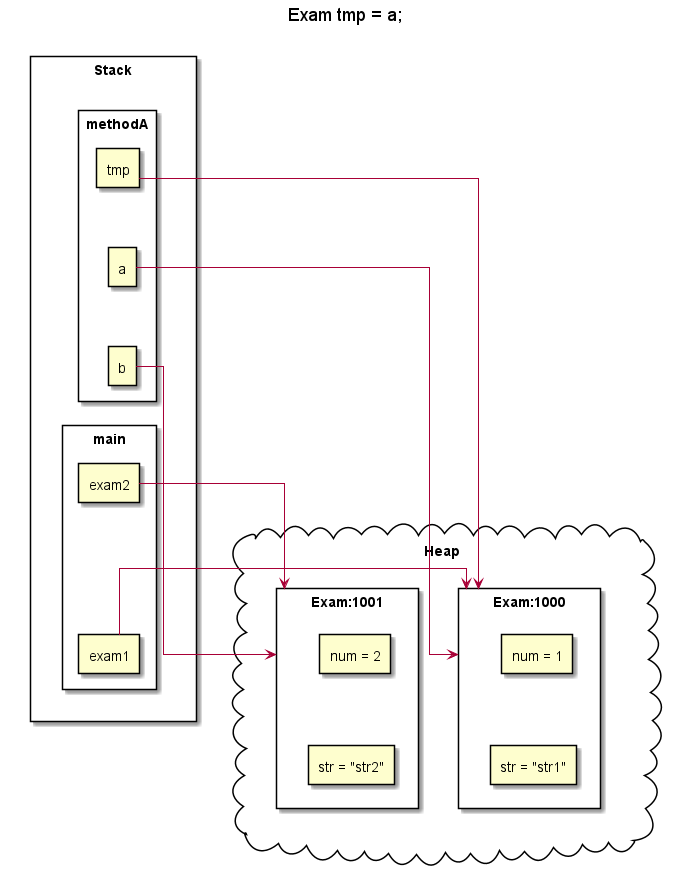
This is img/java/concept_memorymanagement_33.png from windowforsun/blog, a PlantUML export, as it was before one commit.
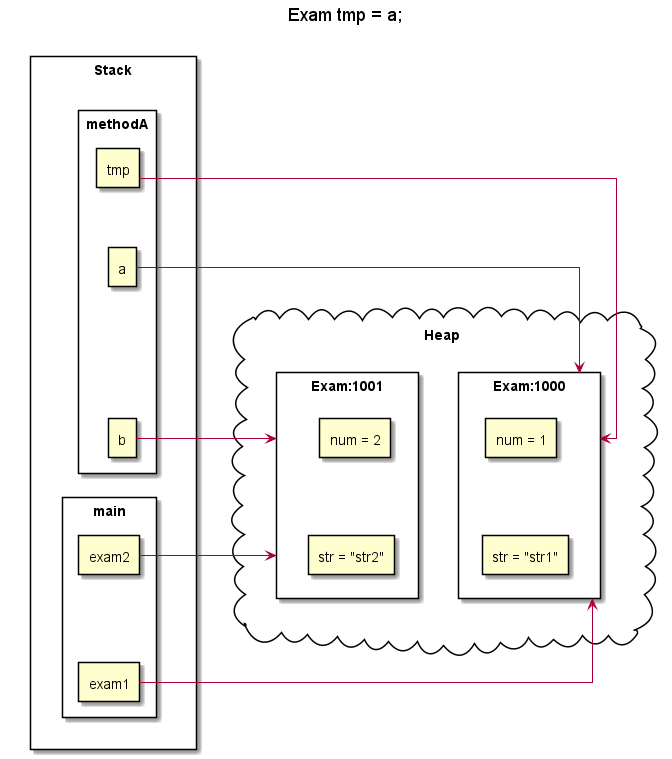
Later version of the same file.

Diff of the diagram source:
```diff
@@ -40,10 +40,10 @@
 
 Stack -[hidden]r-Heap
 
-exam1 -r-> Exam1000
+exam1 -u-> Exam1000
 exam2 -r-> Exam1001
-a -r-> Exam1000
+a -u-> Exam1000
 b -r-> Exam1001
-tmp -r-> Exam1000
+tmp -u-> Exam1000
 
 @enduml
```
